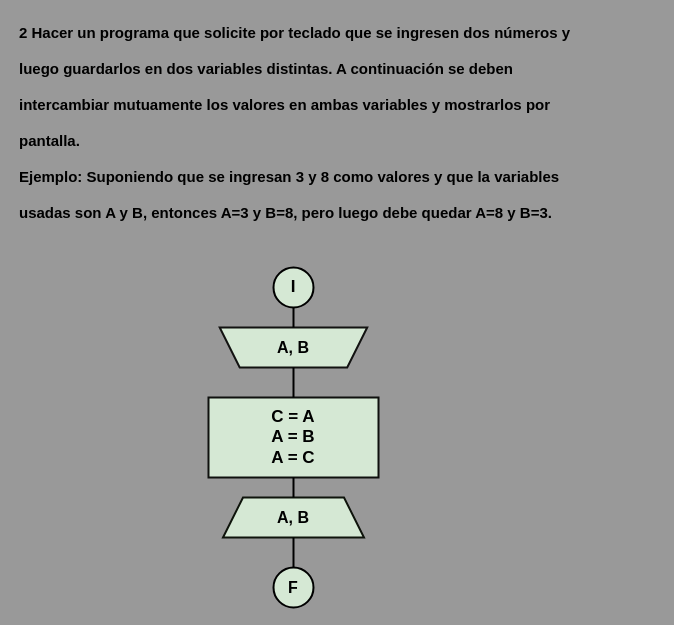
The draw.io diagram Unidad1_Secuenciales/Diagramas de Flujos/Unidad1/Eercicio2.drawio in SASOPELANA/UTN_PROGRAMACION1, before the edit. Source tidied: cells renumbered, new cells numbered last; positions are measured from the earlier drawing's top-left corner, leaving out a move shared by most shapes. Both pictures are drawn from the tidied source at 100%, with x=0, y=0 at pixel (17, 17).
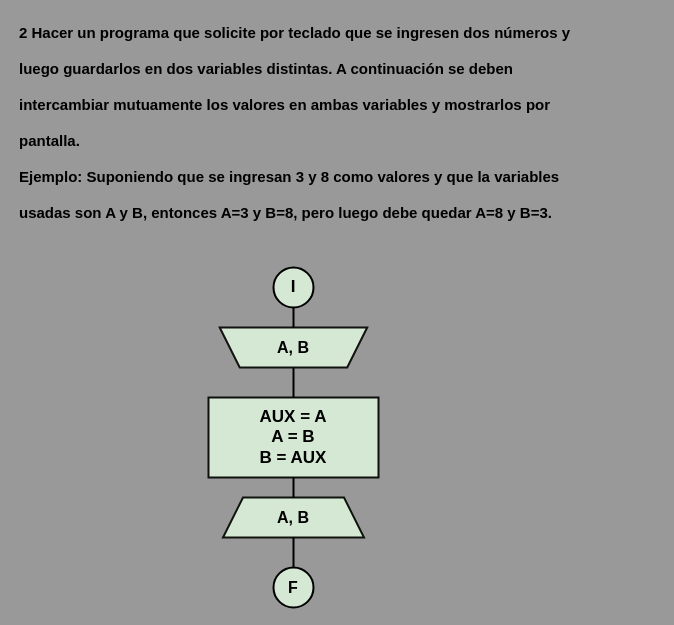
The same page after the edit.

Change to the diagram source:
```diff
@@
 <mxGraphModel background="#999999">
   <root>
     <mxCell id="0" />
     <mxCell id="1" parent="0" />
     <mxCell id="2" value="&lt;b style=&quot;font-size: 15px;&quot;&gt;&lt;font style=&quot;font-size: 15px;&quot; color=&quot;#000000&quot;&gt;2 Hacer un programa que solicite por teclado que se ingresen dos números y&lt;br&gt;&lt;br&gt;luego guardarlos en dos variables distintas. A continuación se deben&lt;br&gt;&lt;br&gt;intercambiar mutuamente los valores en ambas variables y mostrarlos por&lt;br&gt;&lt;br&gt;pantalla.&lt;br&gt;&lt;br&gt;Ejemplo: Suponiendo que se ingresan 3 y 8 como valores y que la variables&lt;br&gt;&lt;br&gt;usadas son A y B, entonces A=3 y B=8, pero luego debe quedar A=8 y B=3.&lt;/font&gt;&lt;/b&gt;" style="text;whiteSpace=wrap;html=1;" parent="1" vertex="1">
       <mxGeometry width="640" height="220" as="geometry" />
     </mxCell>
     <mxCell id="3" style="group;" parent="1" vertex="1">
       <mxGeometry x="166" y="250" width="220" height="340" as="geometry" />
     </mxCell>
     <mxCell id="4" style="strokeWidth=2;html=1;shape=mxgraph.flowchart.start_2;whiteSpace=wrap;rounded=0;labelBackgroundColor=none;strokeColor=#000000;align=center;verticalAlign=middle;fontFamily=Helvetica;fontSize=12;fontColor=default;fillColor=#d5e8d4;" parent="3" vertex="1">
       <mxGeometry x="90" y="300" width="40" height="40" as="geometry" />
     </mxCell>
     <mxCell id="5" style="shape=trapezoid;perimeter=trapezoidPerimeter;whiteSpace=wrap;html=1;fixedSize=1;rounded=0;labelBackgroundColor=none;strokeColor=#0F140C;strokeWidth=2;align=center;verticalAlign=middle;fontFamily=Helvetica;fontSize=12;fontColor=default;fillColor=#d5e8d4;" parent="3" vertex="1">
       <mxGeometry x="39.5" y="230" width="141" height="40" as="geometry" />
     </mxCell>
     <mxCell id="6" style="shape=trapezoid;perimeter=trapezoidPerimeter;whiteSpace=wrap;html=1;fixedSize=1;rounded=0;labelBackgroundColor=none;strokeColor=#121211;strokeWidth=2;align=center;verticalAlign=middle;fontFamily=Helvetica;fontSize=12;fontColor=default;fillColor=#d5e8d4;direction=west;" parent="3" vertex="1">
       <mxGeometry x="36.2" y="60" width="147.5" height="40" as="geometry" />
     </mxCell>
     <mxCell id="7" value="&lt;b&gt;&lt;font color=&quot;#000000&quot; style=&quot;font-size: 16px;&quot;&gt;A, B&lt;/font&gt;&lt;/b&gt;" style="text;strokeColor=none;align=center;fillColor=none;html=1;verticalAlign=middle;whiteSpace=wrap;rounded=0;" parent="6" vertex="1">
       <mxGeometry x="18.8" width="110" height="40" as="geometry" />
     </mxCell>
     <mxCell id="8" style="line;strokeWidth=2;direction=south;html=1;hachureGap=4;strokeColor=#000000;" parent="6" vertex="1">
       <mxGeometry x="68.8" y="-25" width="10" height="25" as="geometry" />
     </mxCell>
     <mxCell id="9" style="group;" parent="3" vertex="1">
       <mxGeometry x="80" width="60" height="40" as="geometry" />
     </mxCell>
     <mxCell id="10" style="strokeWidth=2;html=1;shape=mxgraph.flowchart.start_2;whiteSpace=wrap;rounded=0;labelBackgroundColor=none;strokeColor=#000000;align=center;verticalAlign=middle;fontFamily=Helvetica;fontSize=12;fontColor=default;fillColor=#d5e8d4;" parent="9" vertex="1">
       <mxGeometry x="10" width="40" height="40" as="geometry" />
     </mxCell>
     <mxCell id="11" value="&lt;font size=&quot;1&quot; color=&quot;#000000&quot;&gt;&lt;b style=&quot;font-size: 17px;&quot;&gt;I&lt;/b&gt;&lt;/font&gt;" style="text;strokeColor=none;align=center;fillColor=none;html=1;verticalAlign=middle;whiteSpace=wrap;rounded=0;" parent="9" vertex="1">
       <mxGeometry y="5" width="60" height="30" as="geometry" />
     </mxCell>
     <mxCell id="12" style="rounded=0;whiteSpace=wrap;html=1;labelBackgroundColor=none;strokeColor=#0f100e;strokeWidth=2;align=center;verticalAlign=middle;fontFamily=Helvetica;fontSize=12;fontColor=default;fillColor=#d5e8d4;" parent="3" vertex="1">
       <mxGeometry x="25" y="130" width="170" height="80" as="geometry" />
     </mxCell>
-    <mxCell id="13" value="&lt;font color=&quot;#000000&quot; style=&quot;font-size: 17px;&quot;&gt;&lt;b&gt;C = A&lt;br&gt;A = B&lt;br&gt;&amp;nbsp;A = C&amp;nbsp;&lt;br&gt;&lt;/b&gt;&lt;/font&gt;" style="text;strokeColor=none;align=center;fillColor=none;html=1;verticalAlign=middle;whiteSpace=wrap;rounded=0;" parent="3" vertex="1">
+    <mxCell id="13" value="&lt;font color=&quot;#000000&quot; style=&quot;font-size: 17px;&quot;&gt;&lt;b&gt;AUX = A&lt;br&gt;A = B&lt;br&gt;&amp;nbsp;B = AUX&amp;nbsp;&lt;br&gt;&lt;/b&gt;&lt;/font&gt;" style="text;strokeColor=none;align=center;fillColor=none;html=1;verticalAlign=middle;whiteSpace=wrap;rounded=0;" parent="3" vertex="1">
       <mxGeometry y="100" width="220" height="140" as="geometry" />
     </mxCell>
     <mxCell id="14" value="&lt;font color=&quot;#000000&quot; style=&quot;font-size: 16px;&quot;&gt;&lt;b&gt;A, B&lt;/b&gt;&lt;/font&gt;" style="text;strokeColor=none;align=center;fillColor=none;html=1;verticalAlign=middle;whiteSpace=wrap;rounded=0;" parent="3" vertex="1">
       <mxGeometry x="80" y="235" width="60" height="30" as="geometry" />
     </mxCell>
     <mxCell id="15" value="&lt;font color=&quot;#000000&quot; style=&quot;font-size: 16px;&quot;&gt;&lt;b&gt;F&lt;/b&gt;&lt;/font&gt;" style="text;strokeColor=none;align=center;fillColor=none;html=1;verticalAlign=middle;whiteSpace=wrap;rounded=0;" parent="3" vertex="1">
       <mxGeometry x="80" y="305" width="60" height="30" as="geometry" />
     </mxCell>
     <mxCell id="16" style="line;strokeWidth=2;direction=south;html=1;hachureGap=4;strokeColor=#000000;" parent="3" vertex="1">
       <mxGeometry x="105" y="100" width="10" height="30" as="geometry" />
     </mxCell>
     <mxCell id="17" style="line;strokeWidth=2;direction=south;html=1;hachureGap=4;strokeColor=#000000;" parent="3" vertex="1">
       <mxGeometry x="105" y="210" width="10" height="20" as="geometry" />
     </mxCell>
     <mxCell id="18" style="line;strokeWidth=2;direction=south;html=1;hachureGap=4;strokeColor=#000000;" parent="3" vertex="1">
       <mxGeometry x="105" y="270" width="10" height="30" as="geometry" />
     </mxCell>
   </root>
 </mxGraphModel>
```
